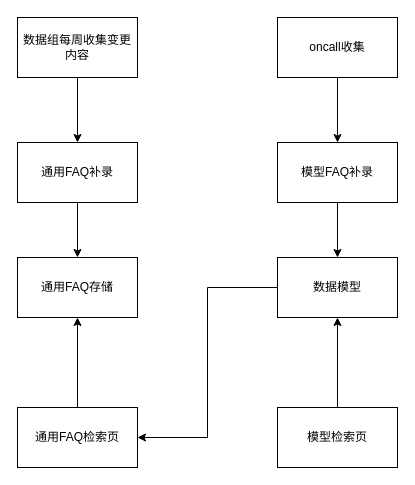
The draw.io diagram page "第 10 页" (10 of 10) of demo01/数据地图.drawio in huang-chh/draw, before the edit. Source tidied: cells renumbered, new cells numbered last; positions are measured from the earlier drawing's top-left corner, leaving out a move shared by most shapes. Both pictures are drawn from the tidied source at 100%, with x=0, y=0 at pixel (17, 17).
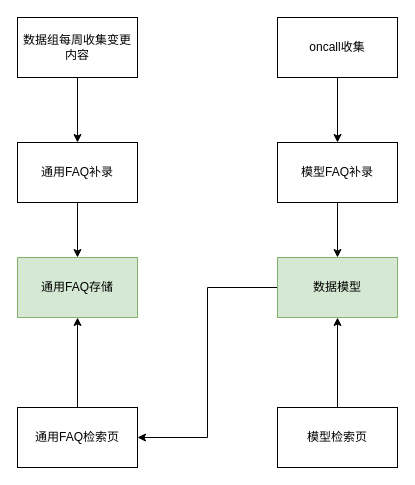
The same diagram, later.

The edit, as a diff of the source:
```diff
@@
 <mxGraphModel>
   <root>
     <mxCell id="0" />
     <mxCell id="1" parent="0" />
     <mxCell id="2" style="edgeStyle=orthogonalEdgeStyle;rounded=0;jettySize=auto;html=1;exitX=0.5;exitY=1;exitDx=0;exitDy=0;entryX=0.5;entryY=0;entryDx=0;entryDy=0;" parent="1" edge="1" source="3" target="7">
       <mxGeometry relative="1" as="geometry" />
     </mxCell>
     <mxCell id="3" value="数据组每周收集变更内容" style="rounded=0;whiteSpace=wrap;html=1;" parent="1" vertex="1">
       <mxGeometry width="120" height="60" as="geometry" />
     </mxCell>
     <mxCell id="4" style="edgeStyle=orthogonalEdgeStyle;rounded=0;jettySize=auto;html=1;exitX=0.5;exitY=1;exitDx=0;exitDy=0;entryX=0.5;entryY=0;entryDx=0;entryDy=0;" parent="1" edge="1" source="5" target="9">
       <mxGeometry relative="1" as="geometry" />
     </mxCell>
     <mxCell id="5" value="oncall收集" style="rounded=0;whiteSpace=wrap;html=1;" parent="1" vertex="1">
       <mxGeometry x="260" width="120" height="60" as="geometry" />
     </mxCell>
     <mxCell id="6" style="edgeStyle=orthogonalEdgeStyle;rounded=0;jettySize=auto;html=1;exitX=0.5;exitY=1;exitDx=0;exitDy=0;entryX=0.5;entryY=0;entryDx=0;entryDy=0;" parent="1" edge="1" source="7" target="10">
       <mxGeometry relative="1" as="geometry" />
     </mxCell>
     <mxCell id="7" value="通用FAQ补录" style="rounded=0;whiteSpace=wrap;html=1;" parent="1" vertex="1">
       <mxGeometry y="125" width="120" height="60" as="geometry" />
     </mxCell>
     <mxCell id="8" style="edgeStyle=orthogonalEdgeStyle;rounded=0;jettySize=auto;html=1;exitX=0.5;exitY=1;exitDx=0;exitDy=0;entryX=0.5;entryY=0;entryDx=0;entryDy=0;" parent="1" edge="1" source="9" target="14">
       <mxGeometry relative="1" as="geometry" />
     </mxCell>
     <mxCell id="9" value="模型FAQ补录" style="rounded=0;whiteSpace=wrap;html=1;" parent="1" vertex="1">
       <mxGeometry x="260" y="125" width="120" height="60" as="geometry" />
     </mxCell>
-    <mxCell id="10" value="通用FAQ存储" style="rounded=0;whiteSpace=wrap;html=1;" parent="1" vertex="1">
+    <mxCell id="10" value="通用FAQ存储" style="rounded=0;whiteSpace=wrap;html=1;fillColor=#d5e8d4;strokeColor=#82b366;" parent="1" vertex="1">
       <mxGeometry y="240" width="120" height="60" as="geometry" />
     </mxCell>
     <mxCell id="11" style="edgeStyle=orthogonalEdgeStyle;rounded=0;jettySize=auto;html=1;exitX=0.5;exitY=0;exitDx=0;exitDy=0;entryX=0.5;entryY=1;entryDx=0;entryDy=0;" parent="1" edge="1" source="12" target="14">
       <mxGeometry relative="1" as="geometry" />
     </mxCell>
     <mxCell id="12" value="模型检索页" style="rounded=0;whiteSpace=wrap;html=1;" parent="1" vertex="1">
       <mxGeometry x="260" y="390" width="120" height="60" as="geometry" />
     </mxCell>
     <mxCell id="13" style="edgeStyle=orthogonalEdgeStyle;rounded=0;jettySize=auto;html=1;exitX=0;exitY=0.5;exitDx=0;exitDy=0;entryX=1;entryY=0.5;entryDx=0;entryDy=0;" parent="1" edge="1" source="14" target="16">
       <mxGeometry relative="1" as="geometry" />
     </mxCell>
-    <mxCell id="14" value="数据模型" style="rounded=0;whiteSpace=wrap;html=1;" parent="1" vertex="1">
+    <mxCell id="14" value="数据模型" style="rounded=0;whiteSpace=wrap;html=1;fillColor=#d5e8d4;strokeColor=#82b366;" parent="1" vertex="1">
       <mxGeometry x="260" y="240" width="120" height="60" as="geometry" />
     </mxCell>
     <mxCell id="15" style="edgeStyle=orthogonalEdgeStyle;rounded=0;jettySize=auto;html=1;exitX=0.5;exitY=0;exitDx=0;exitDy=0;entryX=0.5;entryY=1;entryDx=0;entryDy=0;" parent="1" edge="1" source="16" target="10">
       <mxGeometry relative="1" as="geometry" />
     </mxCell>
     <mxCell id="16" value="通用FAQ检索页" style="rounded=0;whiteSpace=wrap;html=1;" parent="1" vertex="1">
       <mxGeometry y="390" width="120" height="60" as="geometry" />
     </mxCell>
   </root>
 </mxGraphModel>
```
